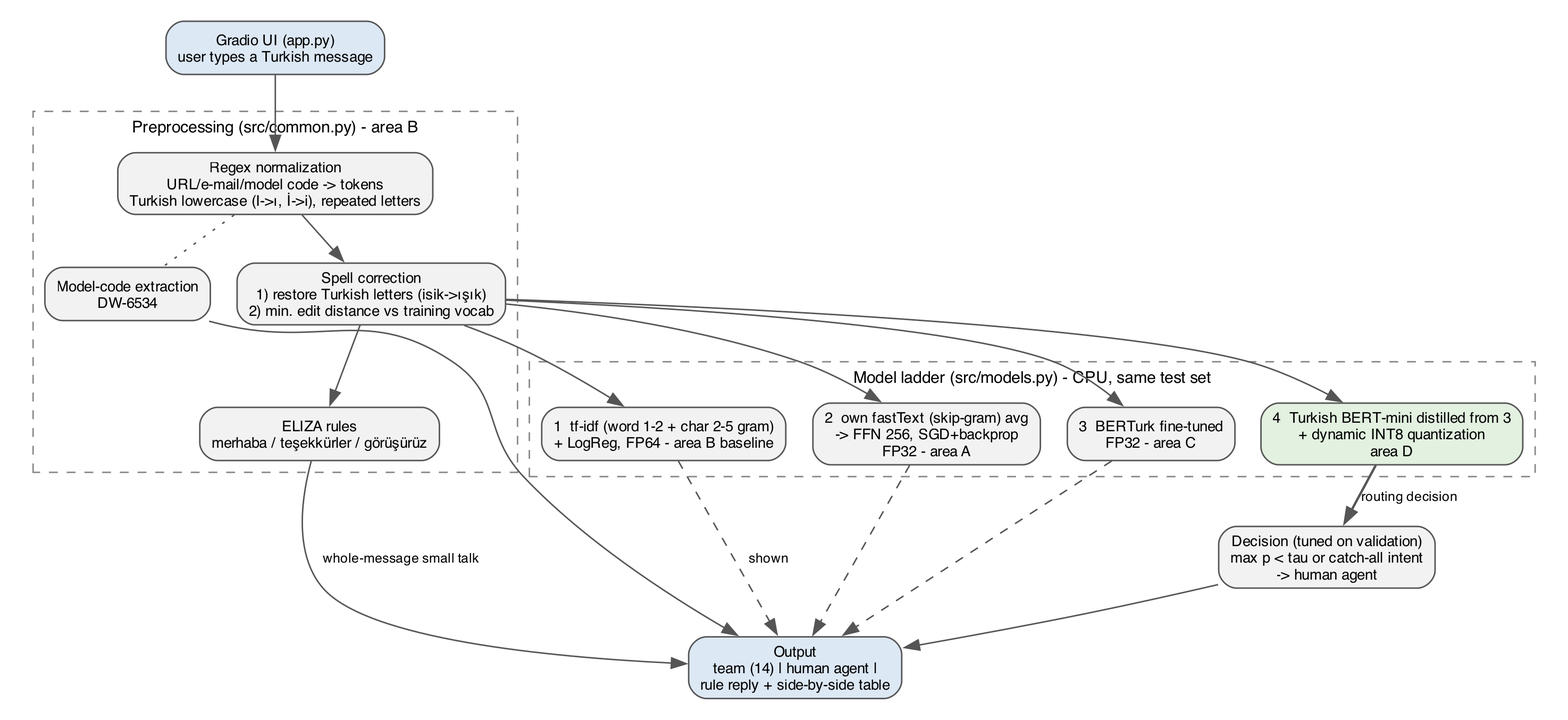
The Graphviz diagram docs/architecture.png in rkfirat/swe015-ticket-router, before a commit. Its source is kept beside it as docs/architecture.dot.
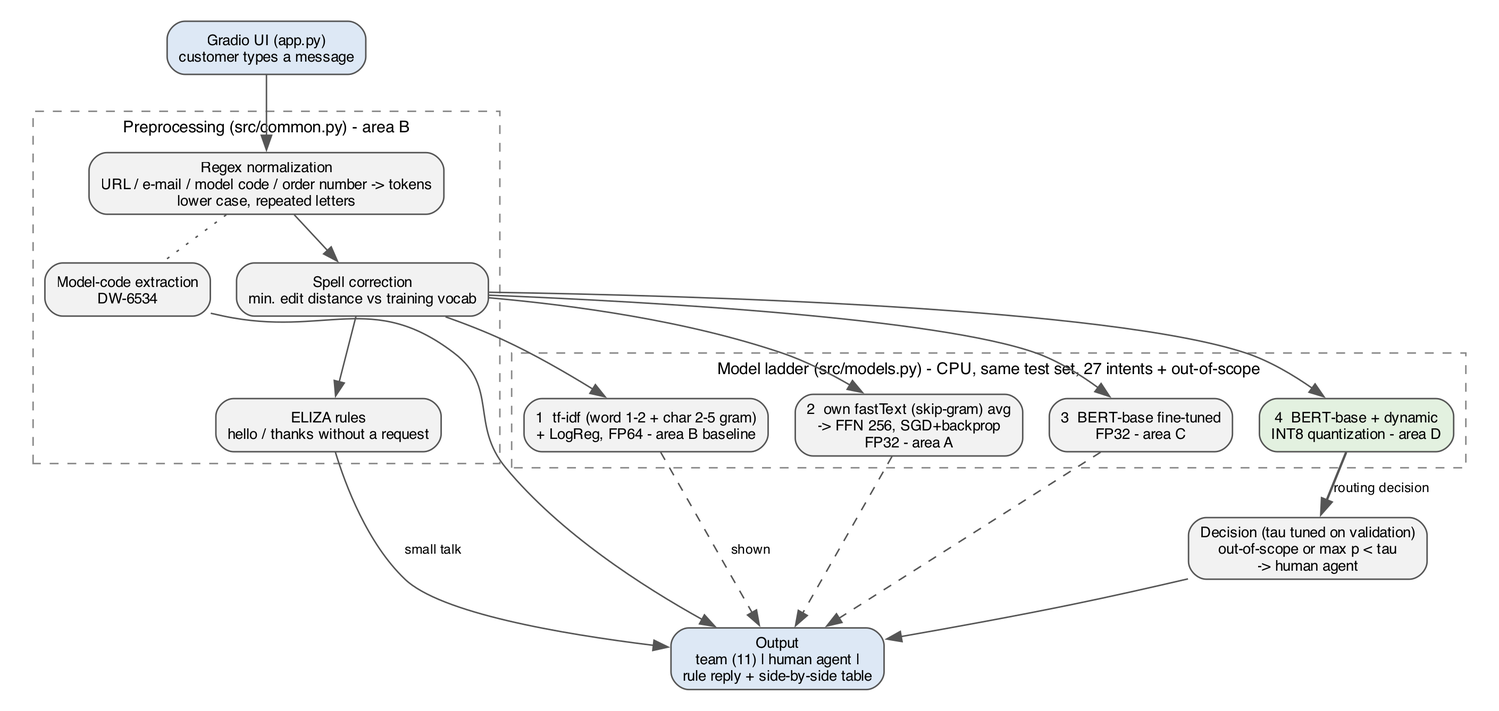
After the commit.

Change to the diagram source:
```diff
@@ -4,26 +4,26 @@
   node  [fontname="Helvetica", fontsize=10, shape=box, style="rounded,filled", fillcolor="#f2f2f2", color="#555555"];
   edge  [fontname="Helvetica", fontsize=9, color="#555555"];
 
-  ui     [label="Gradio UI (app.py)\nuser types a Turkish message", fillcolor="#dde8f5"];
+  ui     [label="Gradio UI (app.py)\ncustomer types a message", fillcolor="#dde8f5"];
 
   subgraph cluster_pre {
     label="Preprocessing (src/common.py) - area B"; style=dashed; color="#888888";
-    regex  [label="Regex normalization\nURL/e-mail/model code -> tokens\nTurkish lowercase (I->ı, İ->i), repeated letters"];
+    regex  [label="Regex normalization\nURL / e-mail / model code / order number -> tokens\nlower case, repeated letters"];
     codes  [label="Model-code extraction\nDW-6534"];
-    spell  [label="Spell correction\n1) restore Turkish letters (isik->ışık)\n2) min. edit distance vs training vocab"];
-    eliza  [label="ELIZA rules\nmerhaba / teşekkürler / görüşürüz"];
+    spell  [label="Spell correction\nmin. edit distance vs training vocab"];
+    eliza  [label="ELIZA rules\nhello / thanks without a request"];
   }
 
   subgraph cluster_models {
-    label="Model ladder (src/models.py) - CPU, same test set"; style=dashed; color="#888888";
+    label="Model ladder (src/models.py) - CPU, same test set, 27 intents + out-of-scope"; style=dashed; color="#888888";
     m1 [label="1  tf-idf (word 1-2 + char 2-5 gram)\n+ LogReg, FP64 - area B baseline"];
     m2 [label="2  own fastText (skip-gram) avg\n-> FFN 256, SGD+backprop\nFP32 - area A"];
-    m3 [label="3  BERTurk fine-tuned\nFP32 - area C"];
-    m4 [label="4  Turkish BERT-mini distilled from 3\n+ dynamic INT8 quantization\narea D", fillcolor="#e3f1e0"];
+    m3 [label="3  BERT-base fine-tuned\nFP32 - area C"];
+    m4 [label="4  BERT-base + dynamic\nINT8 quantization - area D", fillcolor="#e3f1e0"];
   }
 
-  thr    [label="Decision (tuned on validation)\nmax p < tau or catch-all intent\n-> human agent"];
-  out    [label="Output\nteam (14) | human agent |\nrule reply + side-by-side table", fillcolor="#dde8f5"];
+  thr    [label="Decision (tau tuned on validation)\nout-of-scope or max p < tau\n-> human agent"];
+  out    [label="Output\nteam (11) | human agent |\nrule reply + side-by-side table", fillcolor="#dde8f5"];
 
   ui -> regex;
   regex -> codes [style=dotted, arrowhead=none];
@@ -31,5 +31,5 @@
   spell -> m1; spell -> m2; spell -> m3; spell -> m4;
   m4 -> thr [label="routing decision", penwidth=1.6];
   m1 -> out [style=dashed, label="shown"]; m2 -> out [style=dashed]; m3 -> out [style=dashed];
-  thr -> out; eliza -> out [label="whole-message small talk"]; codes -> out;
+  thr -> out; eliza -> out [label="small talk"]; codes -> out;
 }
```
